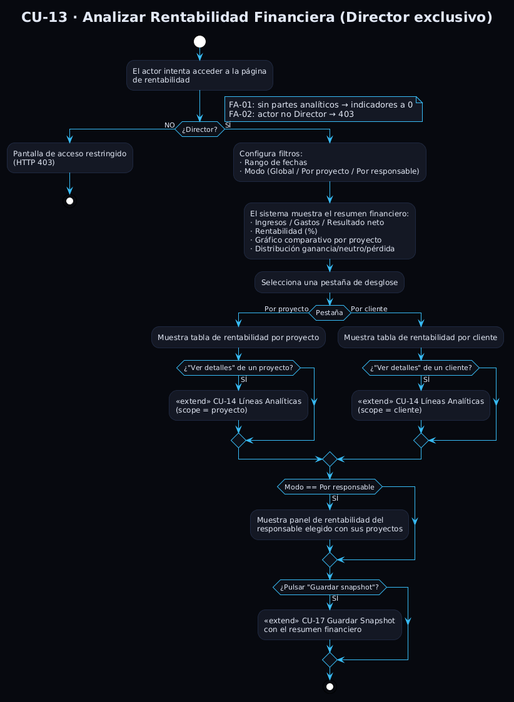
Earlier version of the PlantUML export Estudiantes/cesar-garcia-eguiguren/Capítulo-2/imagenes/CdU/flujoCU13.png (ceesargaarcia/GII-TFG-2026).
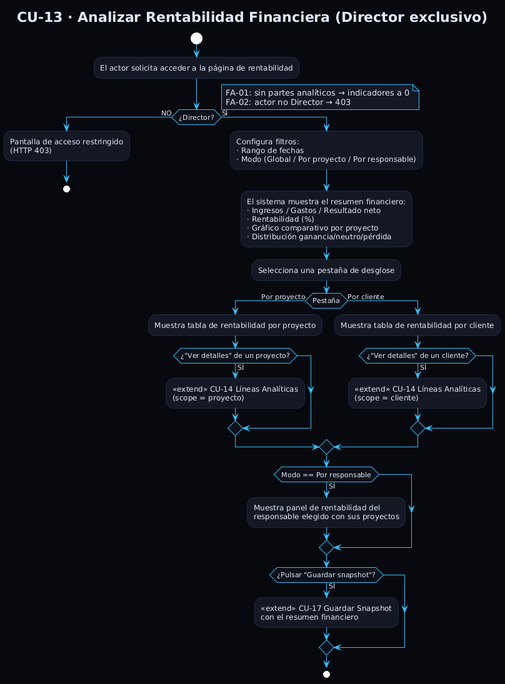
Above is the later version.

What changed in the source:
```diff
@@ -13,8 +13,7 @@
 title CU-13 · Analizar Rentabilidad Financiera (Director exclusivo)
 
 start
-:El actor intenta acceder a la página
-de rentabilidad;
+:El actor solicita acceder a la página de rentabilidad;
 
 if (¿Director?) then (NO)
   :Pantalla de acceso restringido
```
